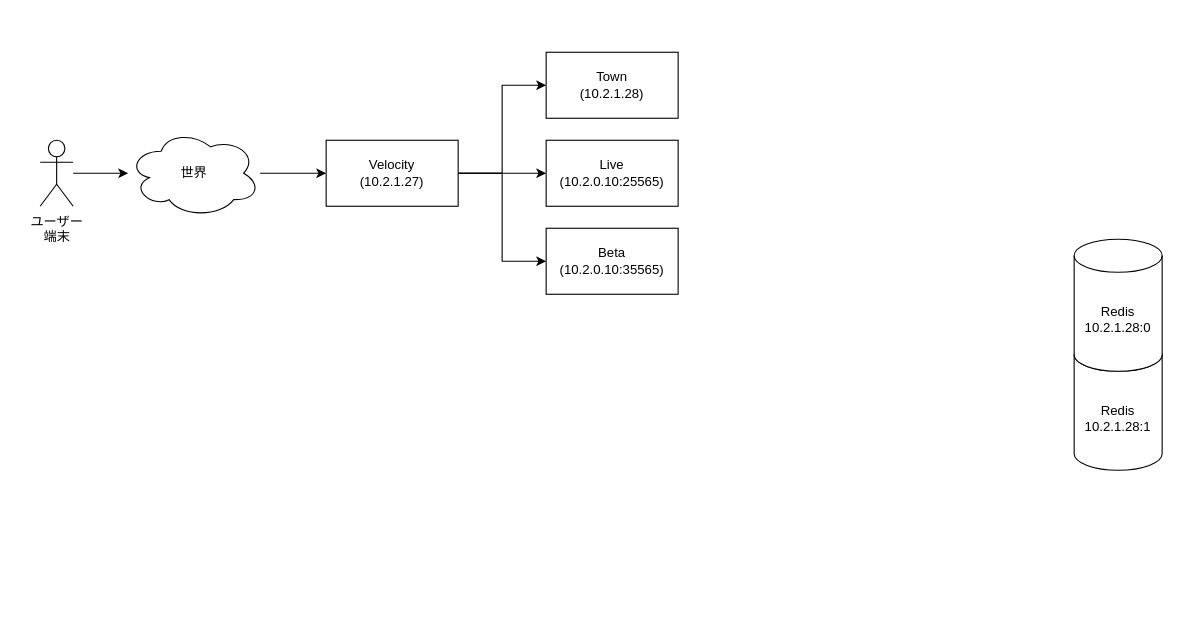
Above: 構成図.drawio in swmr71/MinecraftKaguya (draw.io), before the change. Source tidied: cells renumbered, new cells numbered last; positions are measured from the earlier drawing's top-left corner, leaving out a move shared by most shapes. Both pictures are drawn from the tidied source at 110%, with x=0, y=0 at pixel (40, 52).
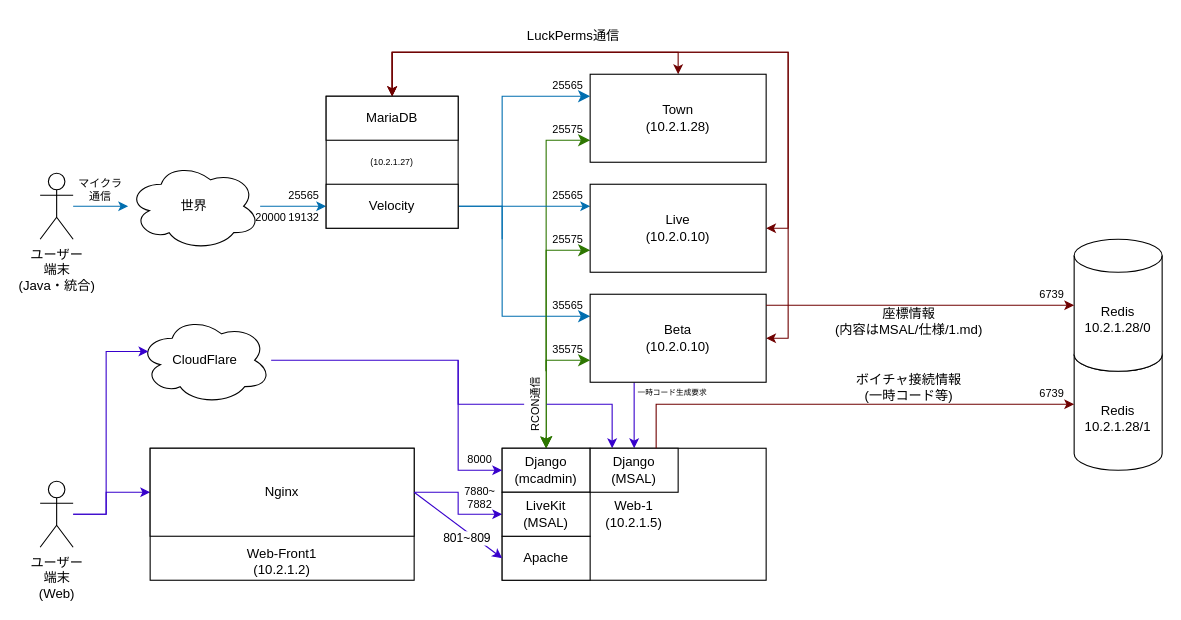
Above is the later version.

Commit message:
構成図.drawio を更新

Change to the diagram source:
```diff
@@
-    <mxCell id="2" value="Redis&lt;div&gt;10.2.1.28:1&lt;/div&gt;" style="shape=cylinder3;whiteSpace=wrap;html=1;boundedLbl=1;backgroundOutline=1;size=15;" parent="1" vertex="1">
+    <mxCell id="2" value="Redis&lt;div&gt;10.2.1.28/1&lt;/div&gt;" style="shape=cylinder3;whiteSpace=wrap;html=1;boundedLbl=1;backgroundOutline=1;size=15;" parent="1" vertex="1">
       <mxGeometry x="940" y="260" width="80" height="120" as="geometry" />
     </mxCell>
-    <mxCell id="3" value="Redis&lt;div&gt;10.2.1.28:0&lt;/div&gt;" style="shape=cylinder3;whiteSpace=wrap;html=1;boundedLbl=1;backgroundOutline=1;size=15;" parent="1" vertex="1">
+    <mxCell id="3" value="Redis&lt;div&gt;10.2.1.28/0&lt;/div&gt;" style="shape=cylinder3;whiteSpace=wrap;html=1;boundedLbl=1;backgroundOutline=1;size=15;" parent="1" vertex="1">
       <mxGeometry x="940" y="170" width="80" height="120" as="geometry" />
     </mxCell>
+    <mxCell id="15" style="edgeStyle=none;curved=0;rounded=0;jettySize=auto;html=1;entryX=0.5;entryY=0;entryDx=0;entryDy=0;fontSize=12;startSize=8;endSize=8;exitX=0;exitY=0.75;exitDx=0;exitDy=0;startArrow=classic;startFill=1;endArrow=classic;endFill=1;fillColor=#60a917;strokeColor=#2D7600;" parent="1" edge="1" source="4" target="24">
+      <mxGeometry relative="1" as="geometry">
+        <Array as="points">
+          <mxPoint x="460" y="80" />
+        </Array>
+      </mxGeometry>
+    </mxCell>
+    <mxCell id="16" style="edgeStyle=orthogonalEdgeStyle;rounded=0;jettySize=auto;html=1;entryX=0.5;entryY=0;entryDx=0;entryDy=0;startArrow=classic;startFill=1;fillColor=#a20025;strokeColor=#6F0000;" parent="1" edge="1" source="4" target="8">
+      <mxGeometry relative="1" as="geometry">
+        <Array as="points">
+          <mxPoint x="580" />
+          <mxPoint x="320" />
+        </Array>
+      </mxGeometry>
+    </mxCell>
     <mxCell id="4" value="Town&lt;div&gt;(10.2.1.28)&lt;/div&gt;" style="rounded=0;whiteSpace=wrap;html=1;" parent="1" vertex="1">
-      <mxGeometry x="460" width="120" height="60" as="geometry" />
+      <mxGeometry x="500" y="20" width="160" height="80" as="geometry" />
     </mxCell>
-    <mxCell id="5" style="edgeStyle=orthogonalEdgeStyle;rounded=0;jettySize=auto;html=1;entryX=0;entryY=0.5;entryDx=0;entryDy=0;" parent="1" edge="1" source="8" target="4">
-      <mxGeometry relative="1" as="geometry" />
-    </mxCell>
-    <mxCell id="6" style="edgeStyle=orthogonalEdgeStyle;rounded=0;jettySize=auto;html=1;entryX=0;entryY=0.5;entryDx=0;entryDy=0;" parent="1" edge="1" source="8" target="9">
-      <mxGeometry relative="1" as="geometry" />
+    <mxCell id="6" style="edgeStyle=orthogonalEdgeStyle;rounded=0;jettySize=auto;html=1;fillColor=#1ba1e2;strokeColor=#006EAF;" parent="1" edge="1" target="9">
+      <mxGeometry relative="1" as="geometry">
+        <mxPoint x="420" y="170" as="sourcePoint" />
+        <Array as="points">
+          <mxPoint x="420" y="140" />
+        </Array>
+      </mxGeometry>
     </mxCell>
-    <mxCell id="7" style="edgeStyle=orthogonalEdgeStyle;rounded=0;jettySize=auto;html=1;entryX=0;entryY=0.5;entryDx=0;entryDy=0;" parent="1" edge="1" source="8" target="10">
-      <mxGeometry relative="1" as="geometry" />
-    </mxCell>
+    <mxCell id="17" style="edgeStyle=none;curved=0;rounded=0;jettySize=auto;html=1;entryX=0;entryY=0.25;entryDx=0;entryDy=0;fontSize=12;startSize=8;endSize=8;exitX=1;exitY=0.5;exitDx=0;exitDy=0;fillColor=#1ba1e2;strokeColor=#006EAF;" parent="1" edge="1" source="60" target="4">
+      <mxGeometry relative="1" as="geometry">
+        <Array as="points">
+          <mxPoint x="420" y="140" />
+          <mxPoint x="420" y="40" />
+        </Array>
+      </mxGeometry>
+    </mxCell>
+    <mxCell id="18" style="edgeStyle=none;curved=0;rounded=0;jettySize=auto;html=1;entryX=0;entryY=0.25;entryDx=0;entryDy=0;fontSize=12;startSize=8;endSize=8;exitX=1;exitY=0.5;exitDx=0;exitDy=0;fillColor=#1ba1e2;strokeColor=#006EAF;" parent="1" edge="1" source="60" target="10">
+      <mxGeometry relative="1" as="geometry">
+        <Array as="points">
+          <mxPoint x="420" y="140" />
+          <mxPoint x="420" y="240" />
+        </Array>
+      </mxGeometry>
+    </mxCell>
-    <mxCell id="8" value="Velocity&lt;div&gt;(10.2.1.27)&lt;/div&gt;" style="rounded=0;whiteSpace=wrap;html=1;" parent="1" vertex="1">
-      <mxGeometry x="260" y="80" width="120" height="60" as="geometry" />
+    <mxCell id="8" value="&lt;div&gt;(10.2.1.27)&lt;/div&gt;" style="rounded=0;whiteSpace=wrap;html=1;verticalAlign=middle;fontSize=8;" parent="1" vertex="1">
+      <mxGeometry x="260" y="40" width="120" height="120" as="geometry" />
     </mxCell>
+    <mxCell id="19" style="edgeStyle=none;curved=0;rounded=0;jettySize=auto;html=1;entryX=0.5;entryY=0;entryDx=0;entryDy=0;fontSize=12;startSize=8;endSize=8;exitX=0;exitY=0.75;exitDx=0;exitDy=0;startArrow=classic;startFill=1;endArrow=classic;endFill=1;fillColor=#60a917;strokeColor=#2D7600;" parent="1" edge="1" source="9" target="24">
+      <mxGeometry relative="1" as="geometry">
+        <Array as="points">
+          <mxPoint x="460" y="180" />
+        </Array>
+      </mxGeometry>
+    </mxCell>
+    <mxCell id="20" style="edgeStyle=orthogonalEdgeStyle;rounded=0;jettySize=auto;html=1;entryX=0.5;entryY=0;entryDx=0;entryDy=0;startArrow=classic;startFill=1;fillColor=#a20025;strokeColor=#6F0000;" parent="1" edge="1" source="9" target="61">
+      <mxGeometry relative="1" as="geometry">
+        <Array as="points">
+          <mxPoint x="680" y="160" />
+          <mxPoint x="680" />
+          <mxPoint x="320" />
+        </Array>
+      </mxGeometry>
+    </mxCell>
-    <mxCell id="9" value="Live&lt;br&gt;&lt;div&gt;(10.2.0.10:25565)&lt;/div&gt;" style="rounded=0;whiteSpace=wrap;html=1;" parent="1" vertex="1">
-      <mxGeometry x="460" y="80" width="120" height="60" as="geometry" />
+    <mxCell id="9" value="Live&lt;br&gt;&lt;div&gt;(10.2.0.10)&lt;/div&gt;" style="rounded=0;whiteSpace=wrap;html=1;" parent="1" vertex="1">
+      <mxGeometry x="500" y="120" width="160" height="80" as="geometry" />
     </mxCell>
+    <mxCell id="21" style="edgeStyle=orthogonalEdgeStyle;rounded=0;jettySize=auto;html=1;exitX=0.25;exitY=1;exitDx=0;exitDy=0;fillColor=#6a00ff;strokeColor=#3700CC;" parent="1" edge="1" source="10" target="50">
+      <mxGeometry relative="1" as="geometry" />
+    </mxCell>
+    <mxCell id="22" style="edgeStyle=orthogonalEdgeStyle;rounded=0;jettySize=auto;html=1;startArrow=classic;startFill=1;fillColor=#a20025;strokeColor=#6F0000;" parent="1" edge="1" source="10" target="61">
+      <mxGeometry relative="1" as="geometry">
+        <Array as="points">
+          <mxPoint x="680" y="260" />
+          <mxPoint x="680" />
+          <mxPoint x="320" />
+        </Array>
+      </mxGeometry>
+    </mxCell>
-    <mxCell id="10" value="Beta&lt;br&gt;&lt;div&gt;(10.2.0.10:35565)&lt;/div&gt;" style="rounded=0;whiteSpace=wrap;html=1;" parent="1" vertex="1">
-      <mxGeometry x="460" y="160" width="120" height="60" as="geometry" />
+    <mxCell id="10" value="Beta&lt;br&gt;&lt;div&gt;(10.2.0.10)&lt;/div&gt;" style="rounded=0;whiteSpace=wrap;html=1;" parent="1" vertex="1">
+      <mxGeometry x="500" y="220" width="160" height="80" as="geometry" />
     </mxCell>
-    <mxCell id="11" style="edgeStyle=orthogonalEdgeStyle;rounded=0;jettySize=auto;html=1;" parent="1" edge="1" source="12" target="14">
+    <mxCell id="11" style="edgeStyle=orthogonalEdgeStyle;rounded=0;jettySize=auto;html=1;fillColor=#1ba1e2;strokeColor=#006EAF;" parent="1" edge="1" source="12" target="14">
       <mxGeometry relative="1" as="geometry" />
     </mxCell>
-    <mxCell id="12" value="ユーザー&lt;div&gt;端末&lt;/div&gt;" style="shape=umlActor;verticalLabelPosition=bottom;verticalAlign=top;html=1;outlineConnect=0;" parent="1" vertex="1">
-      <mxGeometry y="80" width="30" height="60" as="geometry" />
+    <mxCell id="12" value="ユーザー&lt;div&gt;端末&lt;br&gt;(Java・統合)&lt;/div&gt;" style="shape=umlActor;verticalLabelPosition=bottom;verticalAlign=top;html=1;outlineConnect=0;" parent="1" vertex="1">
+      <mxGeometry y="110" width="30" height="60" as="geometry" />
     </mxCell>
-    <mxCell id="13" style="edgeStyle=orthogonalEdgeStyle;rounded=0;jettySize=auto;html=1;entryX=0;entryY=0.5;entryDx=0;entryDy=0;" parent="1" edge="1" source="14" target="8">
-      <mxGeometry relative="1" as="geometry" />
+    <mxCell id="13" style="edgeStyle=orthogonalEdgeStyle;rounded=0;jettySize=auto;html=1;entryX=1;entryY=1;entryDx=0;entryDy=0;fillColor=#1ba1e2;strokeColor=#006EAF;" parent="1" edge="1" source="14" target="35">
+      <mxGeometry relative="1" as="geometry">
+        <Array as="points">
+          <mxPoint x="240" y="140" />
+          <mxPoint x="240" y="140" />
+        </Array>
+      </mxGeometry>
     </mxCell>
     <mxCell id="14" value="世界" style="ellipse;shape=cloud;whiteSpace=wrap;html=1;" parent="1" vertex="1">
-      <mxGeometry x="80" y="70" width="120" height="80" as="geometry" />
+      <mxGeometry x="80" y="100" width="120" height="80" as="geometry" />
     </mxCell>
+    <mxCell id="23" value="Web-1&lt;div&gt;(10.2.1.5)&lt;/div&gt;" style="rounded=0;whiteSpace=wrap;html=1;verticalAlign=middle;align=center;" parent="1" vertex="1">
+      <mxGeometry x="420" y="360" width="240" height="120" as="geometry" />
+    </mxCell>
+    <mxCell id="24" value="Django&lt;div&gt;(mcadmin)&lt;/div&gt;" style="rounded=0;whiteSpace=wrap;html=1;" parent="1" vertex="1">
+      <mxGeometry x="420" y="360" width="80" height="40" as="geometry" />
+    </mxCell>
+    <mxCell id="25" value="25565" style="text;html=1;whiteSpace=wrap;strokeColor=none;fillColor=none;align=center;verticalAlign=middle;rounded=0;fontSize=10;" parent="1" vertex="1">
+      <mxGeometry x="460" y="20" width="40" height="20" as="geometry" />
+    </mxCell>
+    <mxCell id="26" value="25575" style="text;html=1;whiteSpace=wrap;strokeColor=none;fillColor=none;align=center;verticalAlign=middle;rounded=0;fontSize=10;" parent="1" vertex="1">
+      <mxGeometry x="460" y="60" width="40" height="20" as="geometry" />
+    </mxCell>
+    <mxCell id="27" value="25565" style="text;html=1;whiteSpace=wrap;strokeColor=none;fillColor=none;align=center;verticalAlign=middle;rounded=0;fontSize=10;" parent="1" vertex="1">
+      <mxGeometry x="460" y="120" width="40" height="20" as="geometry" />
+    </mxCell>
+    <mxCell id="28" value="25575" style="text;html=1;whiteSpace=wrap;strokeColor=none;fillColor=none;align=center;verticalAlign=middle;rounded=0;fontSize=10;" parent="1" vertex="1">
+      <mxGeometry x="460" y="160" width="40" height="20" as="geometry" />
+    </mxCell>
+    <mxCell id="29" value="35565" style="text;html=1;whiteSpace=wrap;strokeColor=none;fillColor=none;align=center;verticalAlign=middle;rounded=0;fontSize=10;" parent="1" vertex="1">
+      <mxGeometry x="460" y="220" width="40" height="20" as="geometry" />
+    </mxCell>
+    <mxCell id="30" value="35575" style="text;html=1;whiteSpace=wrap;strokeColor=none;fillColor=none;align=center;verticalAlign=middle;rounded=0;fontSize=10;" parent="1" vertex="1">
+      <mxGeometry x="460" y="260" width="40" height="20" as="geometry" />
+    </mxCell>
+    <mxCell id="31" value="マイクラ通信" style="text;html=1;whiteSpace=wrap;strokeColor=none;fillColor=none;align=center;verticalAlign=middle;rounded=0;horizontal=1;fontSize=10;" parent="1" vertex="1">
+      <mxGeometry x="30" y="110" width="50" height="30" as="geometry" />
+    </mxCell>
+    <mxCell id="32" value="Apache" style="rounded=0;whiteSpace=wrap;html=1;" parent="1" vertex="1">
+      <mxGeometry x="420" y="440" width="80" height="40" as="geometry" />
+    </mxCell>
+    <mxCell id="33" style="edgeStyle=orthogonalEdgeStyle;rounded=0;jettySize=auto;html=1;fillColor=#6a00ff;strokeColor=#3700CC;" parent="1" edge="1" source="34" target="40">
+      <mxGeometry relative="1" as="geometry">
+        <Array as="points">
+          <mxPoint x="60" y="420" />
+          <mxPoint x="60" y="400" />
+        </Array>
+      </mxGeometry>
+    </mxCell>
+    <mxCell id="34" value="ユーザー&lt;div&gt;端末&lt;br&gt;(Web)&lt;/div&gt;" style="shape=umlActor;verticalLabelPosition=bottom;verticalAlign=top;html=1;outlineConnect=0;" parent="1" vertex="1">
+      <mxGeometry y="390" width="30" height="60" as="geometry" />
+    </mxCell>
+    <mxCell id="35" value="25565" style="text;html=1;whiteSpace=wrap;strokeColor=none;fillColor=none;align=center;verticalAlign=middle;rounded=0;fontSize=10;" parent="1" vertex="1">
+      <mxGeometry x="220" y="120" width="40" height="20" as="geometry" />
+    </mxCell>
+    <mxCell id="36" value="19132" style="text;html=1;whiteSpace=wrap;strokeColor=none;fillColor=none;align=center;verticalAlign=middle;rounded=0;fontSize=10;" parent="1" vertex="1">
+      <mxGeometry x="220" y="140" width="40" height="20" as="geometry" />
+    </mxCell>
+    <mxCell id="37" value="20000" style="text;html=1;whiteSpace=wrap;strokeColor=none;fillColor=none;align=center;verticalAlign=middle;rounded=0;fontSize=10;" parent="1" vertex="1">
+      <mxGeometry x="190" y="140" width="40" height="20" as="geometry" />
+    </mxCell>
+    <mxCell id="38" value="Web-Front1&lt;div&gt;(10.2.1.2)&lt;/div&gt;" style="rounded=0;whiteSpace=wrap;html=1;verticalAlign=bottom;" parent="1" vertex="1">
+      <mxGeometry x="100" y="360" width="240" height="120" as="geometry" />
+    </mxCell>
+    <mxCell id="39" style="edgeStyle=orthogonalEdgeStyle;rounded=0;jettySize=auto;html=1;entryX=0;entryY=0.5;entryDx=0;entryDy=0;fillColor=#6a00ff;strokeColor=#3700CC;" parent="1" edge="1" source="40" target="46">
+      <mxGeometry relative="1" as="geometry" />
+    </mxCell>
+    <mxCell id="40" value="Nginx" style="rounded=0;whiteSpace=wrap;html=1;" parent="1" vertex="1">
+      <mxGeometry x="100" y="360" width="240" height="80" as="geometry" />
+    </mxCell>
+    <mxCell id="41" style="edgeStyle=orthogonalEdgeStyle;rounded=0;jettySize=auto;html=1;entryX=0;entryY=0.5;entryDx=0;entryDy=0;fillColor=#6a00ff;strokeColor=#3700CC;" parent="1" edge="1" source="43" target="24">
+      <mxGeometry relative="1" as="geometry">
+        <Array as="points">
+          <mxPoint x="380" y="280" />
+          <mxPoint x="380" y="380" />
+        </Array>
+      </mxGeometry>
+    </mxCell>
+    <mxCell id="42" style="edgeStyle=orthogonalEdgeStyle;rounded=0;jettySize=auto;html=1;entryX=0.25;entryY=0;entryDx=0;entryDy=0;fillColor=#6a00ff;strokeColor=#3700CC;" parent="1" edge="1" target="50">
+      <mxGeometry relative="1" as="geometry">
+        <mxPoint x="380" y="280" as="sourcePoint" />
+        <Array as="points">
+          <mxPoint x="380" y="320" />
+          <mxPoint x="520" y="320" />
+        </Array>
+      </mxGeometry>
+    </mxCell>
+    <mxCell id="43" value="CloudFlare" style="ellipse;shape=cloud;whiteSpace=wrap;html=1;" parent="1" vertex="1">
+      <mxGeometry x="90" y="240" width="120" height="80" as="geometry" />
+    </mxCell>
+    <mxCell id="44" style="endArrow=classic;html=1;rounded=0;exitX=1;exitY=0.5;exitDx=0;exitDy=0;entryX=0;entryY=0.5;entryDx=0;entryDy=0;fillColor=#6a00ff;strokeColor=#3700CC;" parent="1" edge="1" source="40" target="32">
+      <mxGeometry relative="1" as="geometry" />
+    </mxCell>
+    <mxCell id="45" value="801~809" style="edgeLabel;html=1;align=right;verticalAlign=bottom;" parent="44" vertex="1">
+      <mxGeometry x="1" relative="1" as="geometry">
+        <mxPoint x="-10" y="-10" as="offset" />
+      </mxGeometry>
+    </mxCell>
+    <mxCell id="46" value="LiveKit&lt;div&gt;(MSAL)&lt;/div&gt;" style="rounded=0;whiteSpace=wrap;html=1;" parent="1" vertex="1">
+      <mxGeometry x="420" y="400" width="80" height="40" as="geometry" />
+    </mxCell>
+    <mxCell id="47" value="7880~&lt;div&gt;7882&lt;/div&gt;" style="text;html=1;whiteSpace=wrap;strokeColor=none;fillColor=none;align=center;verticalAlign=middle;rounded=0;fontSize=10;" parent="1" vertex="1">
+      <mxGeometry x="380" y="390" width="40" height="30" as="geometry" />
+    </mxCell>
+    <mxCell id="48" style="edgeStyle=orthogonalEdgeStyle;rounded=0;jettySize=auto;html=1;entryX=0.07;entryY=0.4;entryDx=0;entryDy=0;entryPerimeter=0;fillColor=#6a00ff;strokeColor=#3700CC;" parent="1" edge="1" source="34" target="43">
+      <mxGeometry relative="1" as="geometry">
+        <Array as="points">
+          <mxPoint x="60" y="420" />
+          <mxPoint x="60" y="272" />
+        </Array>
+      </mxGeometry>
+    </mxCell>
+    <mxCell id="49" value="8000" style="text;html=1;whiteSpace=wrap;strokeColor=none;fillColor=none;align=center;verticalAlign=middle;rounded=0;fontSize=10;" parent="1" vertex="1">
+      <mxGeometry x="380" y="360" width="40" height="20" as="geometry" />
+    </mxCell>
+    <mxCell id="50" value="Django&lt;div&gt;(MSAL)&lt;/div&gt;" style="rounded=0;whiteSpace=wrap;html=1;" parent="1" vertex="1">
+      <mxGeometry x="500" y="360" width="80" height="40" as="geometry" />
+    </mxCell>
+    <mxCell id="51" value="RCON通信" style="text;html=1;whiteSpace=wrap;strokeColor=none;fillColor=default;align=center;verticalAlign=middle;rounded=0;horizontal=0;fontSize=10;labelBackgroundColor=none;" parent="1" vertex="1">
+      <mxGeometry x="440" y="290" width="20" height="60" as="geometry" />
+    </mxCell>
+    <mxCell id="52" style="edgeStyle=none;curved=0;rounded=0;jettySize=auto;html=1;fontSize=12;startSize=8;endSize=8;entryX=0.5;entryY=0;entryDx=0;entryDy=0;exitX=0;exitY=0.75;exitDx=0;exitDy=0;startArrow=classic;startFill=1;endArrow=classic;endFill=1;fillColor=#60a917;strokeColor=#2D7600;" parent="1" edge="1" source="10" target="24">
+      <mxGeometry relative="1" as="geometry">
+        <Array as="points">
+          <mxPoint x="460" y="280" />
+        </Array>
+      </mxGeometry>
+    </mxCell>
+    <mxCell id="53" style="edgeStyle=orthogonalEdgeStyle;rounded=0;jettySize=auto;html=1;entryX=0;entryY=0.5;entryDx=0;entryDy=0;entryPerimeter=0;fillColor=#a20025;strokeColor=#6F0000;" parent="1" edge="1" source="10" target="3">
+      <mxGeometry relative="1" as="geometry">
+        <Array as="points">
+          <mxPoint x="740" y="230" />
+          <mxPoint x="740" y="230" />
+        </Array>
+      </mxGeometry>
+    </mxCell>
+    <mxCell id="54" value="座標情報&lt;br&gt;(内容はMSAL/仕様/1.md)" style="text;html=1;whiteSpace=wrap;strokeColor=none;fillColor=none;align=center;verticalAlign=middle;rounded=0;" parent="1" vertex="1">
+      <mxGeometry x="720" y="230" width="140" height="30" as="geometry" />
+    </mxCell>
+    <mxCell id="55" value="6739" style="text;html=1;whiteSpace=wrap;strokeColor=none;fillColor=none;align=center;verticalAlign=middle;rounded=0;fontSize=10;" parent="1" vertex="1">
+      <mxGeometry x="900" y="210" width="40" height="20" as="geometry" />
+    </mxCell>
+    <mxCell id="56" style="edgeStyle=orthogonalEdgeStyle;rounded=0;jettySize=auto;html=1;entryX=0;entryY=0.5;entryDx=0;entryDy=0;entryPerimeter=0;fillColor=#a20025;strokeColor=#6F0000;" parent="1" edge="1" source="50" target="2">
+      <mxGeometry relative="1" as="geometry">
+        <Array as="points">
+          <mxPoint x="560" y="320" />
+        </Array>
+      </mxGeometry>
+    </mxCell>
+    <mxCell id="57" value="ボイチャ接続情報&lt;br&gt;(一時コード等)" style="text;html=1;whiteSpace=wrap;strokeColor=none;fillColor=none;align=center;verticalAlign=middle;rounded=0;" parent="1" vertex="1">
+      <mxGeometry x="720" y="290" width="140" height="30" as="geometry" />
+    </mxCell>
+    <mxCell id="58" value="6739" style="text;html=1;whiteSpace=wrap;strokeColor=none;fillColor=none;align=center;verticalAlign=middle;rounded=0;fontSize=10;" parent="1" vertex="1">
+      <mxGeometry x="900" y="300" width="40" height="20" as="geometry" />
+    </mxCell>
+    <mxCell id="59" value="一時コード生成要求" style="text;html=1;whiteSpace=wrap;strokeColor=none;fillColor=none;align=center;verticalAlign=middle;rounded=0;fontSize=7;" parent="1" vertex="1">
+      <mxGeometry x="540" y="305" width="70" height="10" as="geometry" />
+    </mxCell>
+    <mxCell id="60" value="&lt;div&gt;Velocity&lt;/div&gt;" style="rounded=0;whiteSpace=wrap;html=1;verticalAlign=middle;" parent="1" vertex="1">
+      <mxGeometry x="260" y="120" width="120" height="40" as="geometry" />
+    </mxCell>
+    <mxCell id="61" value="&lt;div&gt;MariaDB&lt;/div&gt;" style="rounded=0;whiteSpace=wrap;html=1;verticalAlign=middle;" parent="1" vertex="1">
+      <mxGeometry x="260" y="40" width="120" height="40" as="geometry" />
+    </mxCell>
+    <mxCell id="62" value="LuckPerms&lt;span style=&quot;background-color: transparent; color: light-dark(rgb(0, 0, 0), rgb(255, 255, 255));&quot;&gt;通信&lt;/span&gt;" style="text;html=1;whiteSpace=wrap;strokeColor=none;fillColor=none;align=center;verticalAlign=middle;rounded=0;" parent="1" vertex="1">
+      <mxGeometry x="420" y="-30" width="130" height="30" as="geometry" />
+    </mxCell>
```
